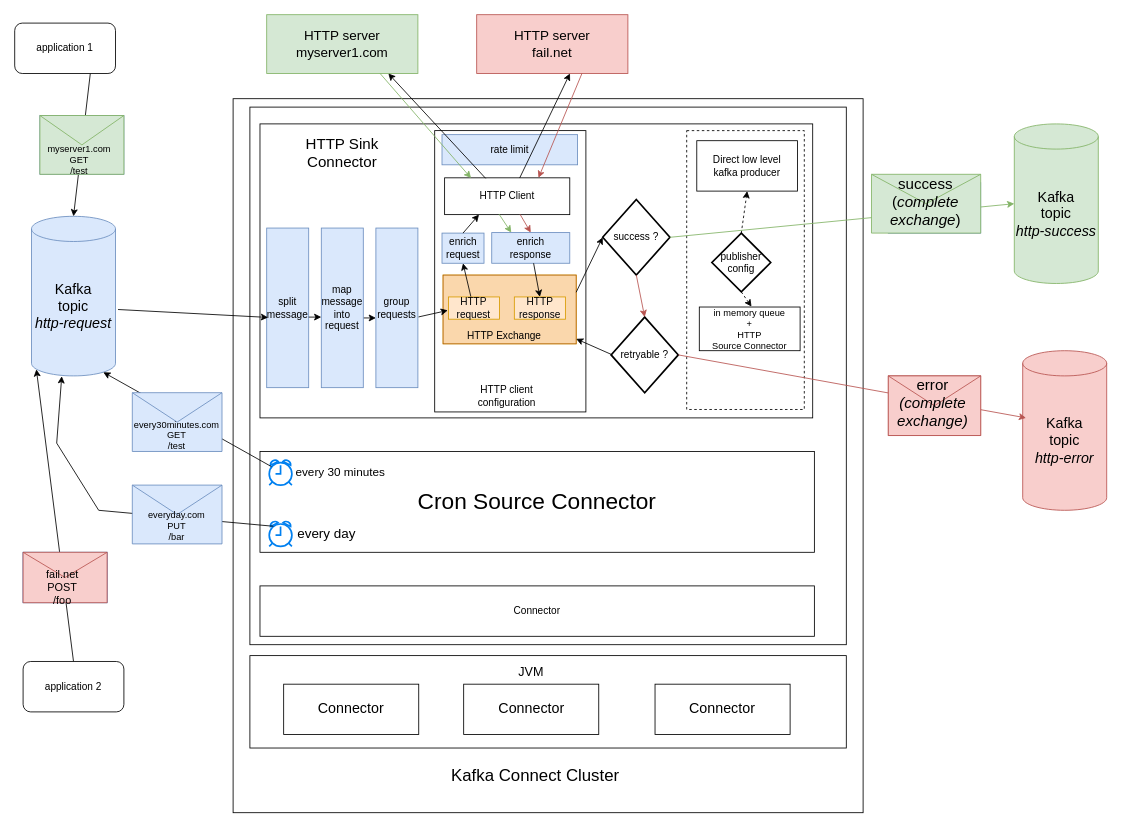
The draw.io diagram docs/architecture_options_2.drawio in clescot/kafka-connect-http, before the edit. Source tidied: cells renumbered, new cells numbered last; positions are measured from the earlier drawing's top-left corner, leaving out a move shared by most shapes. Both pictures are drawn from the tidied source at 84%, with x=0, y=0 at pixel (14, 14).
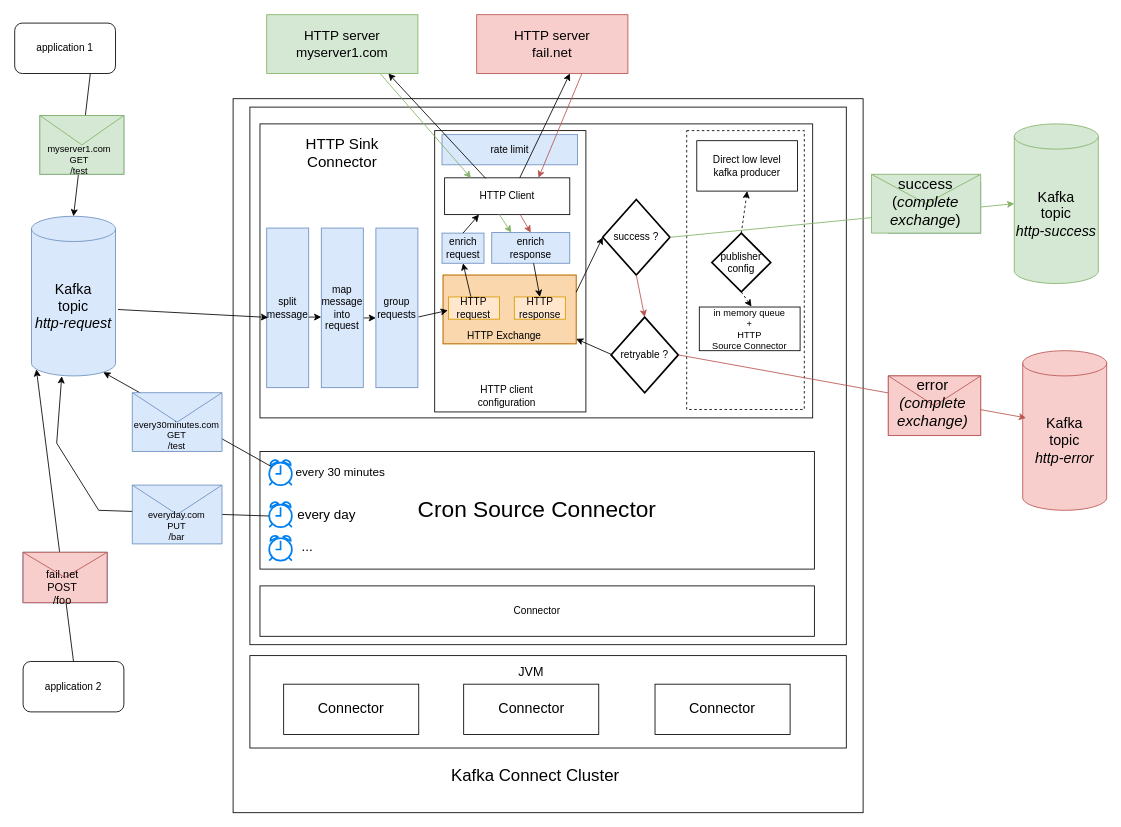
Above is the later version.

Unchanged cells that the change refers to:
```xml
<mxCell id="2" value="&lt;font style=&quot;font-size: 17px;&quot;&gt;Kafka&lt;/font&gt;&lt;div style=&quot;font-size: 17px;&quot;&gt;&lt;font style=&quot;font-size: 17px;&quot;&gt;topic&lt;/font&gt;&lt;/div&gt;&lt;div style=&quot;font-size: 17px;&quot;&gt;&lt;i style=&quot;&quot;&gt;&lt;font style=&quot;font-size: 17px;&quot;&gt;http-request&lt;/font&gt;&lt;/i&gt;&lt;/div&gt;" style="shape=cylinder3;whiteSpace=wrap;html=1;boundedLbl=1;backgroundOutline=1;size=15;fillColor=#dae8fc;strokeColor=#6c8ebf;" parent="1" vertex="1">
  <mxGeometry x="20" y="240" width="100" height="190" as="geometry" />
</mxCell>
```

Diff of the diagram source:
```diff
@@
     <mxCell id="74" value="&lt;font style=&quot;font-size: 27px;&quot;&gt;Cron Source Connector&lt;/font&gt;" style="rounded=0;whiteSpace=wrap;html=1;" parent="1" vertex="1">
-      <mxGeometry x="292" y="520" width="660" height="120" as="geometry" />
+      <mxGeometry x="292" y="520" width="660" height="140" as="geometry" />
     </mxCell>
@@
     <mxCell id="80" style="html=1;verticalLabelPosition=bottom;align=center;labelBackgroundColor=#ffffff;verticalAlign=top;strokeWidth=2;strokeColor=#0080F0;shadow=0;dashed=0;shape=mxgraph.ios7.icons.alarm_clock;" parent="1" vertex="1">
-      <mxGeometry x="303" y="603" width="27" height="30" as="geometry" />
+      <mxGeometry x="303" y="580" width="27" height="30" as="geometry" />
     </mxCell>
@@
     <mxCell id="85" value="&lt;div style=&quot;&quot;&gt;&lt;font style=&quot;font-size: 16px;&quot;&gt;every day&lt;/font&gt;&lt;/div&gt;" style="text;html=1;align=center;verticalAlign=middle;whiteSpace=wrap;rounded=0;" parent="1" vertex="1">
-      <mxGeometry x="320" y="610.5" width="103.3" height="15" as="geometry" />
+      <mxGeometry x="320" y="587.5" width="103.3" height="15" as="geometry" />
     </mxCell>
-    <mxCell id="86" style="endArrow=classic;html=1;rounded=0;exitX=0.185;exitY=0.2;exitDx=0;exitDy=0;exitPerimeter=0;entryX=0.36;entryY=1.002;entryDx=0;entryDy=0;entryPerimeter=0;" parent="1" edge="1" source="80" target="2">
+    <mxCell id="86" style="endArrow=classic;html=1;rounded=0;exitX=-0.015;exitY=0.56;exitDx=0;exitDy=0;exitPerimeter=0;entryX=0.36;entryY=1.002;entryDx=0;entryDy=0;entryPerimeter=0;" parent="1" edge="1" source="80" target="2">
       <mxGeometry relative="1" as="geometry">
         <Array as="points">
           <mxPoint x="100" y="590" />
           <mxPoint x="50" y="510" />
         </Array>
       </mxGeometry>
     </mxCell>
@@
+    <mxCell id="92" style="html=1;verticalLabelPosition=bottom;align=center;labelBackgroundColor=#ffffff;verticalAlign=top;strokeWidth=2;strokeColor=#0080F0;shadow=0;dashed=0;shape=mxgraph.ios7.icons.alarm_clock;" parent="1" vertex="1">
+      <mxGeometry x="303" y="620" width="27" height="30" as="geometry" />
+    </mxCell>
+    <mxCell id="93" value="&lt;div style=&quot;&quot;&gt;&lt;font style=&quot;font-size: 16px;&quot;&gt;...&lt;/font&gt;&lt;/div&gt;" style="text;html=1;align=center;verticalAlign=middle;whiteSpace=wrap;rounded=0;" parent="1" vertex="1">
+      <mxGeometry x="331.7" y="625" width="33.3" height="15" as="geometry" />
+    </mxCell>
```
